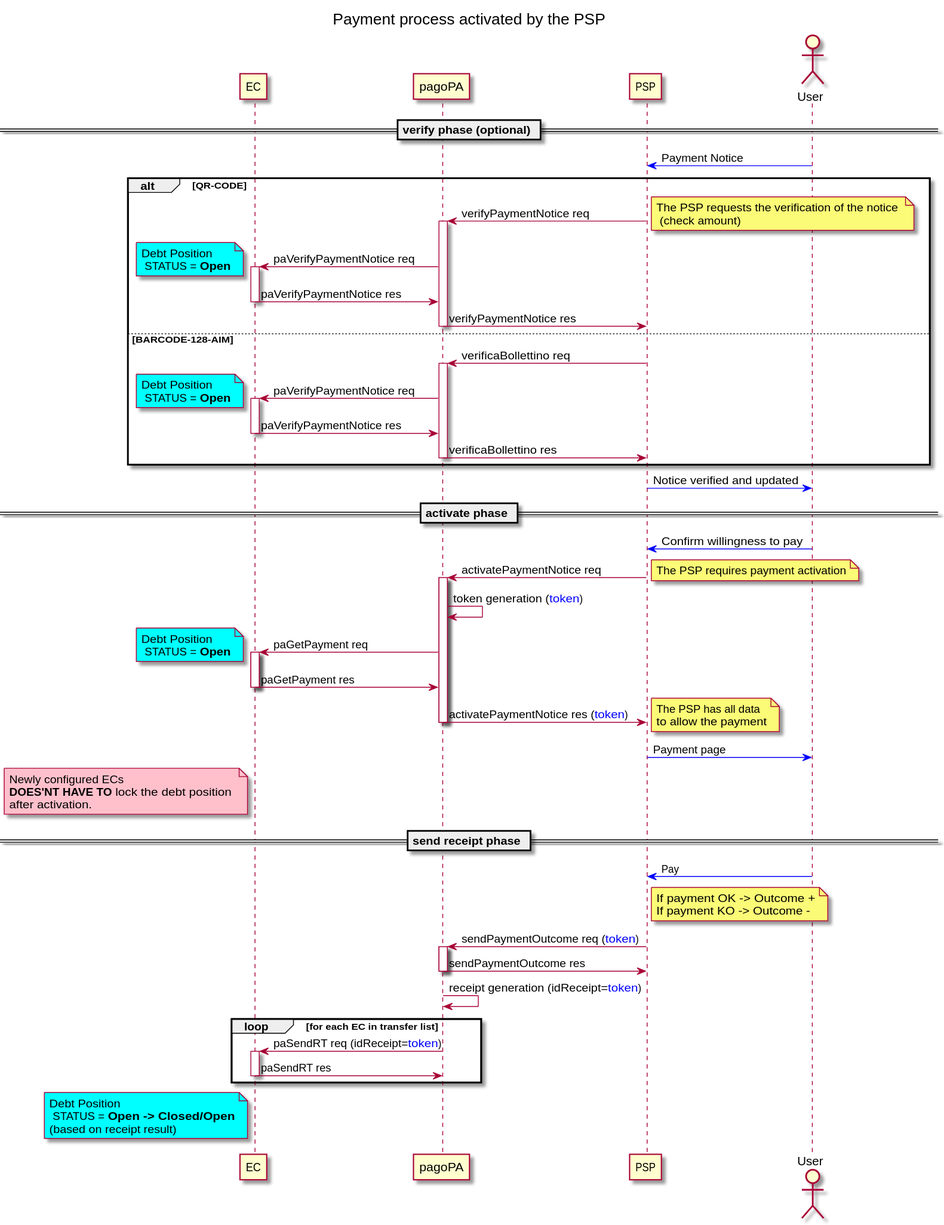
pagopa/pagopa-api keeps this PlantUML diagram as docs/seqdiag-wisplightnuovoModello3_newPA.svg. Above is the earlier version. The source it was exported from:
```plantuml
@startuml uml_diag/seqdiag-wisplightnuovoModello3_newPA
title Payment process activated by the PSP

participant EC
participant pagoPA
participant PSP
actor       User

== verify phase (optional) ==

User [#blue]-> PSP: Payment Notice

alt QR-CODE
    PSP -> pagoPA: verifyPaymentNotice req
    note right : The PSP requests the verification of the notice \n (check amount)
    activate pagoPA
    pagoPA -> EC: paVerifyPaymentNotice req
    note left #aqua : Debt Position\n STATUS = **Open**
    activate EC
    EC -> pagoPA: paVerifyPaymentNotice res
    deactivate EC
    pagoPA -> PSP: verifyPaymentNotice res
    deactivate pagoPA
else BARCODE-128-AIM
    PSP -> pagoPA: verificaBollettino req
    activate pagoPA
    pagoPA -> EC: paVerifyPaymentNotice req
    note left #aqua : Debt Position\n STATUS = **Open**
    activate EC
    EC -> pagoPA: paVerifyPaymentNotice res
    deactivate EC
    pagoPA -> PSP: verificaBollettino res
    deactivate pagoPA
end

PSP [#blue]-> User: Notice verified and updated

== activate phase ==
User [#blue]-> PSP: Confirm willingness to pay
PSP -> pagoPA: activatePaymentNotice req
note right : The PSP requires payment activation
activate pagoPA
pagoPA -> pagoPA: token generation (<color blue>token</color>)
pagoPA -> EC: paGetPayment req
note left #aqua : Debt Position\n STATUS = **Open**
activate EC
EC -> pagoPA: paGetPayment res
deactivate EC
pagoPA -> PSP: activatePaymentNotice res (<color blue>token</color>)
note right : The PSP has all data \nto allow the payment
deactivate pagoPA

PSP [#blue]-> User: Payment page
note left EC #pink : Newly configured ECs \n**DOES'NT HAVE TO** lock the debt position \nafter activation.

== send receipt phase ==

User [#blue]-> PSP: Pay
note right PSP : If payment OK ->  Outcome +\nIf payment KO -> Outcome -

PSP -> pagoPA: sendPaymentOutcome req (<color blue>token</color>)
activate pagoPA
pagoPA -> PSP: sendPaymentOutcome res
deactivate pagoPA
pagoPA -> pagoPA: receipt generation (idReceipt=<color blue>token</color>)

loop for each EC in transfer list
    pagoPA -> EC: paSendRT req (idReceipt=<color blue>token</color>)
    activate EC
    EC -> pagoPA: paSendRT res
    deactivate EC
end

note left EC #aqua: Debt Position\n STATUS = **Open -> Closed/Open**\n(based on receipt result)

@enduml
```
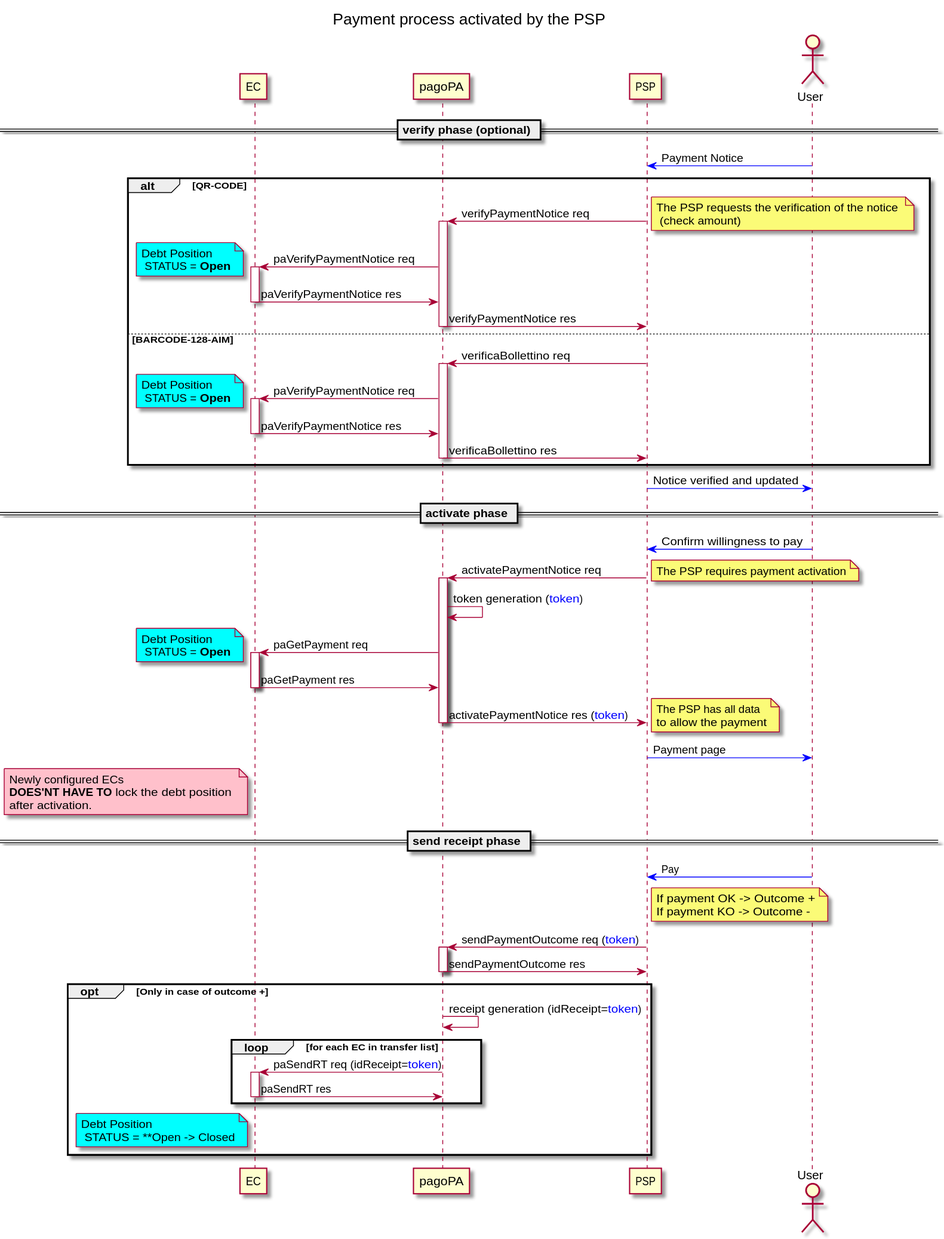
Later version of the same file.

What changed in the source:
```diff
@@ -36,6 +36,7 @@
 PSP [#blue]-> User: Notice verified and updated
 
 == activate phase ==
+
 User [#blue]-> PSP: Confirm willingness to pay
 PSP -> pagoPA: activatePaymentNotice req
 note right : The PSP requires payment activation
@@ -62,15 +63,15 @@
 activate pagoPA
 pagoPA -> PSP: sendPaymentOutcome res
 deactivate pagoPA
-pagoPA -> pagoPA: receipt generation (idReceipt=<color blue>token</color>)
-
-loop for each EC in transfer list
-    pagoPA -> EC: paSendRT req (idReceipt=<color blue>token</color>)
-    activate EC
-    EC -> pagoPA: paSendRT res
-    deactivate EC
+opt Only in case of outcome +
+    pagoPA -> pagoPA: receipt generation (idReceipt=<color blue>token</color>)
+    loop for each EC in transfer list
+        pagoPA -> EC: paSendRT req (idReceipt=<color blue>token</color>)
+        activate EC
+        EC -> pagoPA: paSendRT res
+        deactivate EC
+    end
+    note left EC #aqua: Debt Position\n STATUS = **Open -> Closed
 end
 
-note left EC #aqua: Debt Position\n STATUS = **Open -> Closed/Open**\n(based on receipt result)
-
 @enduml
```
